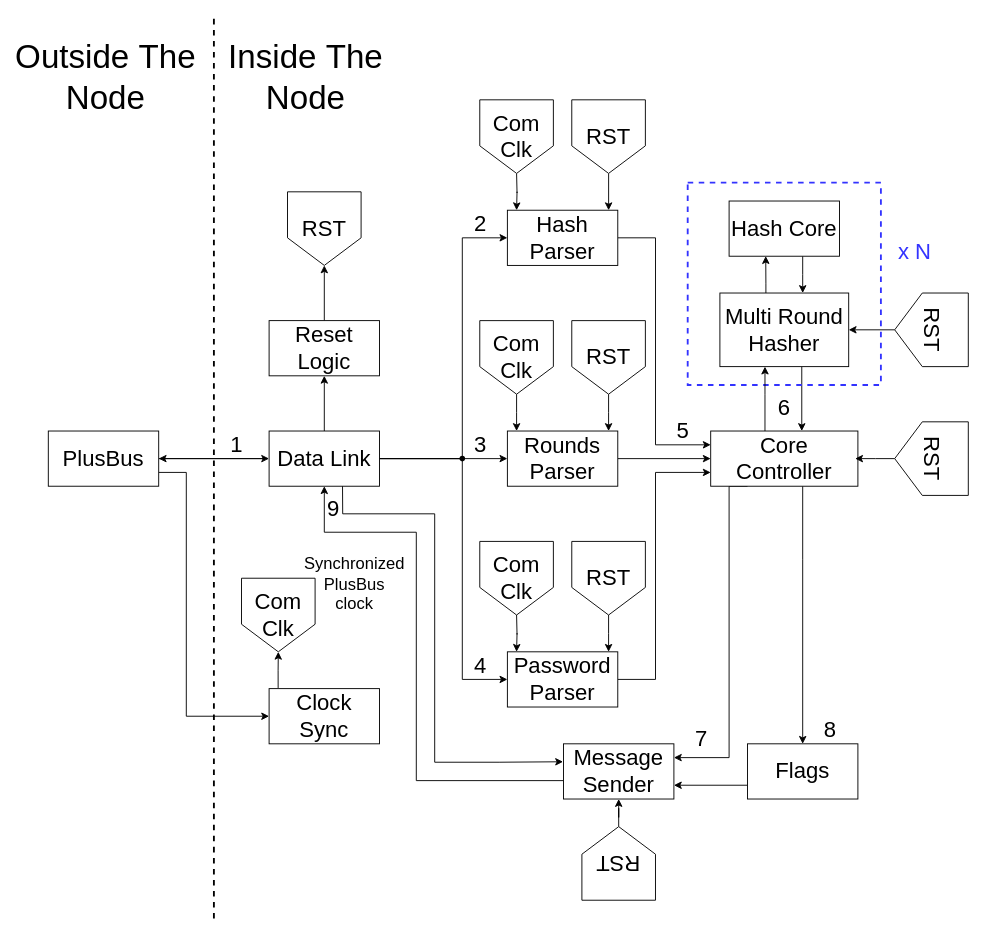
This is figures/prototype/node_structure/node_structure.drawio from Niclasapdk/ESD3_project, a draw.io file, before an edit. Source tidied: cells renumbered, new cells numbered last; positions are measured from the earlier drawing's top-left corner, leaving out a move shared by most shapes. Both pictures are drawn from the tidied source at 92%, with x=0, y=0 at pixel (29, 17).
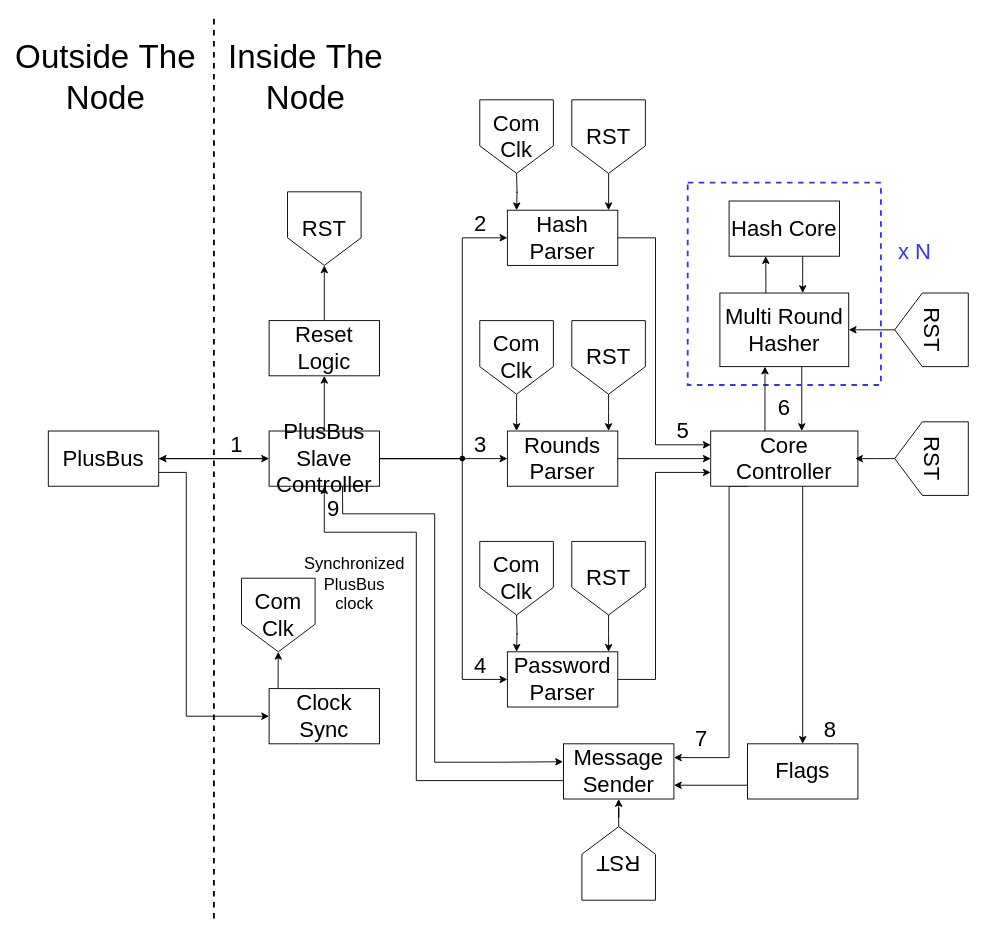
The same page after the edit.

The edit, as a diff of the source:
```diff
@@
-    <mxCell id="12" value="&lt;font style=&quot;font-size: 24px;&quot;&gt;Data Link&lt;br&gt;&lt;/font&gt;" style="rounded=0;html=1;whiteSpace=wrap;" parent="1" vertex="1">
+    <mxCell id="12" value="&lt;font style=&quot;font-size: 24px;&quot;&gt;PlusBus Slave Controller&lt;br&gt;&lt;/font&gt;" style="rounded=0;html=1;whiteSpace=wrap;" parent="1" vertex="1">
       <mxGeometry x="260" y="450" width="120" height="60" as="geometry" />
     </mxCell>
```
